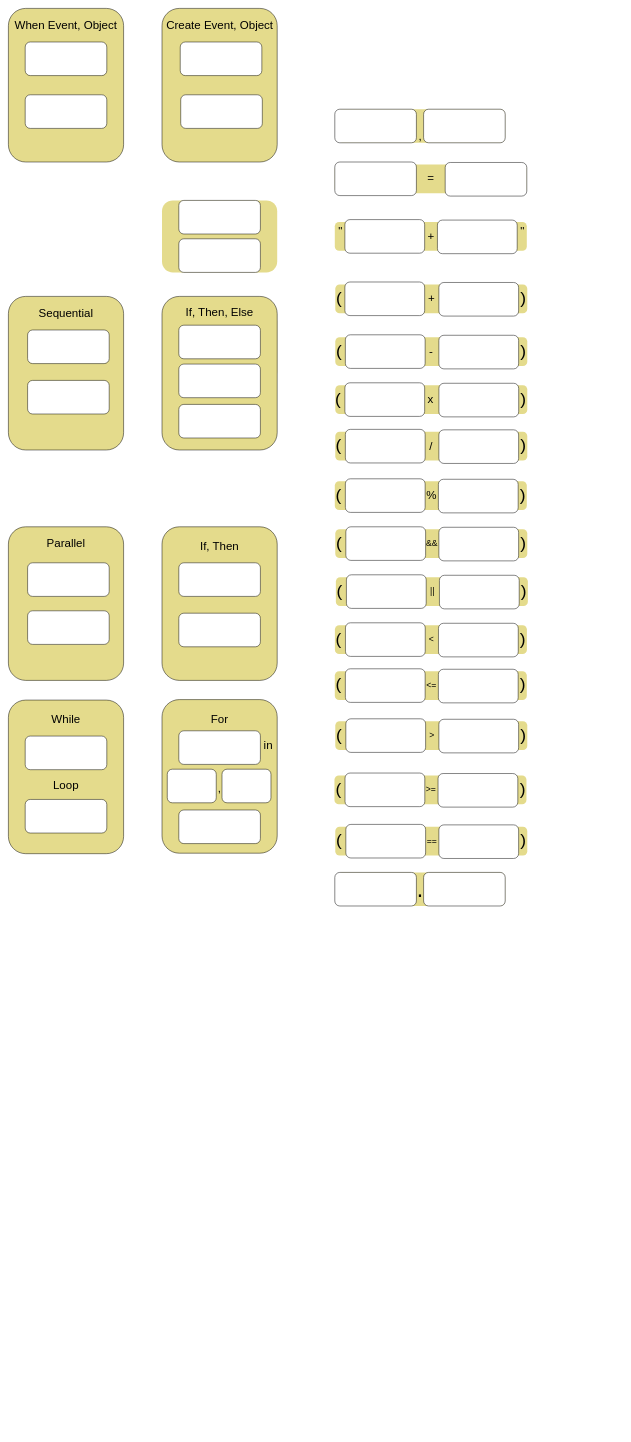
CrayonScript/crayonscript-intellij-plugin keeps this draw.io diagram as GraphBlocks.drawio. Above is the earlier version. Source tidied: cells renumbered, new cells numbered last; positions are measured from the earlier drawing's top-left corner, leaving out a move shared by most shapes. Both pictures are drawn from the tidied source at 48%, with x=0, y=0 at pixel (8, 8).
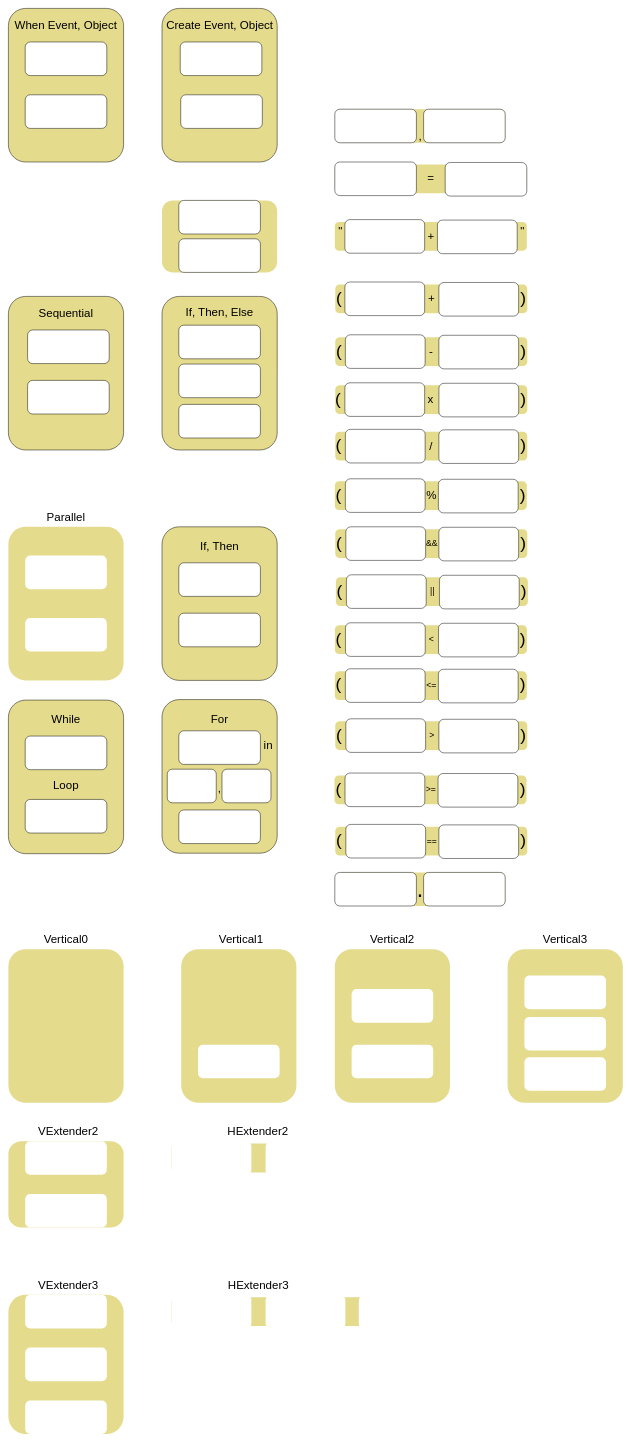
After the change.

The edit, as a diff of the source:
```diff
@@
-    <mxCell id="11" style="group;" parent="1" vertex="1">
-      <mxGeometry x="320" y="1080" width="240" height="320" as="geometry" />
-    </mxCell>
-    <mxCell id="12" style="rounded=1;whiteSpace=wrap;html=1;fillColor=#E4DB8C;fontSize=24;" parent="11" vertex="1">
-      <mxGeometry width="240" height="320" as="geometry" />
-    </mxCell>
-    <mxCell id="13" value="If, Then" style="text;html=1;strokeColor=none;fillColor=none;align=center;verticalAlign=middle;whiteSpace=wrap;rounded=0;fontSize=24;" parent="11" vertex="1">
-      <mxGeometry x="58" y="27" width="124" height="28.8" as="geometry" />
-    </mxCell>
-    <mxCell id="14" style="rounded=1;whiteSpace=wrap;html=1;fontSize=24;" parent="11" vertex="1">
-      <mxGeometry x="35" y="75" width="170" height="70" as="geometry" />
-    </mxCell>
-    <mxCell id="15" style="rounded=1;whiteSpace=wrap;html=1;fontSize=24;" parent="11" vertex="1">
-      <mxGeometry x="35" y="180" width="170" height="70" as="geometry" />
-    </mxCell>
-    <mxCell id="16" style="group;" parent="1" vertex="1">
-      <mxGeometry y="1080" width="240" height="320" as="geometry" />
-    </mxCell>
-    <mxCell id="17" style="rounded=1;whiteSpace=wrap;html=1;fillColor=#E4DB8C;fontSize=24;" parent="16" vertex="1">
-      <mxGeometry width="240" height="320" as="geometry" />
-    </mxCell>
-    <mxCell id="18" value="Parallel" style="text;html=1;strokeColor=none;fillColor=none;align=center;verticalAlign=middle;whiteSpace=wrap;rounded=0;fontSize=24;" parent="16" vertex="1">
-      <mxGeometry x="58" y="20" width="124" height="30" as="geometry" />
-    </mxCell>
-    <mxCell id="19" style="rounded=1;whiteSpace=wrap;html=1;fontSize=24;" parent="16" vertex="1">
-      <mxGeometry x="40" y="75" width="170" height="70" as="geometry" />
-    </mxCell>
-    <mxCell id="20" style="rounded=1;whiteSpace=wrap;html=1;fontSize=24;" parent="16" vertex="1">
-      <mxGeometry x="40" y="175" width="170" height="70" as="geometry" />
-    </mxCell>
@@
-    <mxCell id="151" style="group;" parent="1" vertex="1">
-      <mxGeometry y="600" width="240" height="320" as="geometry" />
-    </mxCell>
-    <mxCell id="152" style="rounded=1;whiteSpace=wrap;html=1;fillColor=#E4DB8C;fontSize=24;" parent="151" vertex="1">
-      <mxGeometry width="240" height="320" as="geometry" />
-    </mxCell>
-    <mxCell id="153" value="Sequential" style="text;html=1;strokeColor=none;fillColor=none;align=center;verticalAlign=middle;whiteSpace=wrap;rounded=0;fontSize=24;" parent="151" vertex="1">
-      <mxGeometry x="58" y="20" width="124" height="30" as="geometry" />
-    </mxCell>
-    <mxCell id="154" style="rounded=1;whiteSpace=wrap;html=1;fontSize=24;" parent="151" vertex="1">
-      <mxGeometry x="40" y="70" width="170" height="70" as="geometry" />
-    </mxCell>
-    <mxCell id="155" style="rounded=1;whiteSpace=wrap;html=1;fontSize=24;" parent="151" vertex="1">
-      <mxGeometry x="40" y="175" width="170" height="70" as="geometry" />
-    </mxCell>
@@
+    <mxCell id="18" value="Parallel" style="text;html=1;strokeColor=none;fillColor=none;align=center;verticalAlign=middle;whiteSpace=wrap;rounded=0;fontSize=24;" parent="1" vertex="1">
+      <mxGeometry x="60" y="1051" width="120" height="20" as="geometry" />
+    </mxCell>
+    <mxCell id="12" style="rounded=1;whiteSpace=wrap;html=1;fillColor=#E4DB8C;fontSize=24;" parent="1" vertex="1">
+      <mxGeometry x="320" y="1080" width="240" height="320" as="geometry" />
+    </mxCell>
+    <mxCell id="13" value="If, Then" style="text;html=1;strokeColor=none;fillColor=none;align=center;verticalAlign=middle;whiteSpace=wrap;rounded=0;fontSize=24;" parent="1" vertex="1">
+      <mxGeometry x="378" y="1107" width="124" height="28.8" as="geometry" />
+    </mxCell>
+    <mxCell id="14" style="rounded=1;whiteSpace=wrap;html=1;fontSize=24;" parent="1" vertex="1">
+      <mxGeometry x="355" y="1155" width="170" height="70" as="geometry" />
+    </mxCell>
+    <mxCell id="15" style="rounded=1;whiteSpace=wrap;html=1;fontSize=24;" parent="1" vertex="1">
+      <mxGeometry x="355" y="1260" width="170" height="70" as="geometry" />
+    </mxCell>
+    <mxCell id="16" style="group;" parent="1" vertex="1">
+      <mxGeometry y="1080" width="240" height="320" as="geometry" />
+    </mxCell>
+    <mxCell id="17" style="rounded=1;whiteSpace=wrap;html=1;fillColor=#E4DB8C;fontSize=24;strokeColor=none;" parent="16" vertex="1">
+      <mxGeometry width="240" height="320" as="geometry" />
+    </mxCell>
+    <mxCell id="19" style="rounded=1;whiteSpace=wrap;html=1;fontSize=24;strokeColor=none;" parent="16" vertex="1">
+      <mxGeometry x="35" y="60" width="170" height="70" as="geometry" />
+    </mxCell>
+    <mxCell id="20" style="rounded=1;whiteSpace=wrap;html=1;fontSize=24;strokeColor=none;" parent="16" vertex="1">
+      <mxGeometry x="35" y="190" width="170" height="70" as="geometry" />
+    </mxCell>
+    <mxCell id="162" value="Vertical2" style="text;html=1;strokeColor=none;fillColor=none;align=center;verticalAlign=middle;whiteSpace=wrap;rounded=0;fontSize=24;" parent="1" vertex="1">
+      <mxGeometry x="740" y="1930" width="120" height="20" as="geometry" />
+    </mxCell>
+    <mxCell id="152" style="rounded=1;whiteSpace=wrap;html=1;fillColor=#E4DB8C;fontSize=24;" parent="1" vertex="1">
+      <mxGeometry y="600" width="240" height="320" as="geometry" />
+    </mxCell>
+    <mxCell id="153" value="Sequential" style="text;html=1;strokeColor=none;fillColor=none;align=center;verticalAlign=middle;whiteSpace=wrap;rounded=0;fontSize=24;" parent="1" vertex="1">
+      <mxGeometry x="58" y="620" width="124" height="30" as="geometry" />
+    </mxCell>
+    <mxCell id="154" style="rounded=1;whiteSpace=wrap;html=1;fontSize=24;" parent="1" vertex="1">
+      <mxGeometry x="40" y="670" width="170" height="70" as="geometry" />
+    </mxCell>
+    <mxCell id="155" style="rounded=1;whiteSpace=wrap;html=1;fontSize=24;" parent="1" vertex="1">
+      <mxGeometry x="40" y="775" width="170" height="70" as="geometry" />
+    </mxCell>
+    <mxCell id="163" value="Vertical3" style="text;html=1;strokeColor=none;fillColor=none;align=center;verticalAlign=middle;whiteSpace=wrap;rounded=0;fontSize=24;" parent="1" vertex="1">
+      <mxGeometry x="1100" y="1930" width="120" height="20" as="geometry" />
+    </mxCell>
+    <mxCell id="164" style="group;" parent="1" vertex="1">
+      <mxGeometry x="680" y="1960" width="240" height="320" as="geometry" />
+    </mxCell>
+    <mxCell id="165" style="rounded=1;whiteSpace=wrap;html=1;fillColor=#E4DB8C;fontSize=24;strokeColor=none;" parent="164" vertex="1">
+      <mxGeometry width="240" height="320" as="geometry" />
+    </mxCell>
+    <mxCell id="166" style="rounded=1;whiteSpace=wrap;html=1;fontSize=24;strokeColor=none;" parent="164" vertex="1">
+      <mxGeometry x="35" y="83" width="170" height="70" as="geometry" />
+    </mxCell>
+    <mxCell id="167" style="rounded=1;whiteSpace=wrap;html=1;fontSize=24;strokeColor=none;" parent="164" vertex="1">
+      <mxGeometry x="35" y="199" width="170" height="70" as="geometry" />
+    </mxCell>
+    <mxCell id="168" style="group;" parent="1" vertex="1">
+      <mxGeometry x="1040" y="1960" width="240" height="320" as="geometry" />
+    </mxCell>
+    <mxCell id="169" style="rounded=1;whiteSpace=wrap;html=1;fillColor=#E4DB8C;fontSize=24;strokeColor=none;" parent="168" vertex="1">
+      <mxGeometry width="240" height="320" as="geometry" />
+    </mxCell>
+    <mxCell id="170" style="rounded=1;whiteSpace=wrap;html=1;fontSize=24;strokeColor=none;" parent="168" vertex="1">
+      <mxGeometry x="35" y="55" width="170" height="70" as="geometry" />
+    </mxCell>
+    <mxCell id="171" style="rounded=1;whiteSpace=wrap;html=1;fontSize=24;strokeColor=none;" parent="168" vertex="1">
+      <mxGeometry x="35" y="141" width="170" height="70" as="geometry" />
+    </mxCell>
+    <mxCell id="172" style="rounded=1;whiteSpace=wrap;html=1;fontSize=24;strokeColor=none;" parent="168" vertex="1">
+      <mxGeometry x="35" y="225" width="170" height="70" as="geometry" />
+    </mxCell>
+    <mxCell id="173" value="VExtender2" style="text;html=1;strokeColor=none;fillColor=none;align=center;verticalAlign=middle;whiteSpace=wrap;rounded=0;fontSize=24;" parent="1" vertex="1">
+      <mxGeometry x="65" y="2330" width="120" height="20" as="geometry" />
+    </mxCell>
+    <mxCell id="174" style="group;" parent="1" vertex="1">
+      <mxGeometry y="2360" width="240" height="180" as="geometry" />
+    </mxCell>
+    <mxCell id="175" style="rounded=1;whiteSpace=wrap;html=1;fillColor=#E4DB8C;fontSize=24;strokeColor=none;" parent="174" vertex="1">
+      <mxGeometry width="240" height="180" as="geometry" />
+    </mxCell>
+    <mxCell id="176" style="rounded=1;whiteSpace=wrap;html=1;fontSize=24;strokeColor=none;" parent="174" vertex="1">
+      <mxGeometry x="35" width="170" height="70" as="geometry" />
+    </mxCell>
+    <mxCell id="177" style="rounded=1;whiteSpace=wrap;html=1;fontSize=24;strokeColor=none;" parent="174" vertex="1">
+      <mxGeometry x="35" y="110" width="170" height="70" as="geometry" />
+    </mxCell>
+    <mxCell id="178" value="HExtender2" style="text;html=1;strokeColor=none;fillColor=none;align=center;verticalAlign=middle;whiteSpace=wrap;rounded=0;fontSize=24;" parent="1" vertex="1">
+      <mxGeometry x="460" y="2330" width="120" height="20" as="geometry" />
+    </mxCell>
+    <mxCell id="179" value="VExtender3" style="text;html=1;strokeColor=none;fillColor=none;align=center;verticalAlign=middle;whiteSpace=wrap;rounded=0;fontSize=24;" parent="1" vertex="1">
+      <mxGeometry x="65" y="2650" width="120" height="20" as="geometry" />
+    </mxCell>
+    <mxCell id="180" value="HExtender3" style="text;html=1;strokeColor=none;fillColor=none;align=center;verticalAlign=middle;whiteSpace=wrap;rounded=0;fontSize=24;" parent="1" vertex="1">
+      <mxGeometry x="461" y="2650" width="120" height="20" as="geometry" />
+    </mxCell>
+    <mxCell id="181" style="group;" parent="1" vertex="1">
+      <mxGeometry y="2680" width="240" height="290" as="geometry" />
+    </mxCell>
+    <mxCell id="182" style="rounded=1;whiteSpace=wrap;html=1;fillColor=#E4DB8C;fontSize=24;strokeColor=none;" parent="181" vertex="1">
+      <mxGeometry width="240" height="290" as="geometry" />
+    </mxCell>
+    <mxCell id="183" style="rounded=1;whiteSpace=wrap;html=1;fontSize=24;strokeColor=none;" parent="181" vertex="1">
+      <mxGeometry x="35" width="170" height="70" as="geometry" />
+    </mxCell>
+    <mxCell id="184" style="rounded=1;whiteSpace=wrap;html=1;fontSize=24;strokeColor=none;" parent="181" vertex="1">
+      <mxGeometry x="35" y="110" width="170" height="70" as="geometry" />
+    </mxCell>
+    <mxCell id="185" style="rounded=1;whiteSpace=wrap;html=1;fontSize=24;strokeColor=none;" parent="181" vertex="1">
+      <mxGeometry x="35" y="220" width="170" height="70" as="geometry" />
+    </mxCell>
+    <mxCell id="186" style="group;" parent="1" vertex="1">
+      <mxGeometry x="340" y="2680" width="556.2" height="71" as="geometry" />
+    </mxCell>
+    <mxCell id="187" style="rounded=1;whiteSpace=wrap;html=1;fillColor=#E4DB8C;fontSize=24;strokeColor=none;" parent="186" vertex="1">
+      <mxGeometry y="5" width="550" height="60" as="geometry" />
+    </mxCell>
+    <mxCell id="188" style="rounded=1;whiteSpace=wrap;html=1;fontSize=24;strokeColor=none;" parent="186" vertex="1">
+      <mxGeometry width="166.2" height="70" as="geometry" />
+    </mxCell>
+    <mxCell id="189" style="rounded=1;whiteSpace=wrap;html=1;fontSize=24;strokeColor=none;" parent="186" vertex="1">
+      <mxGeometry x="195.8" y="1" width="166.2" height="70" as="geometry" />
+    </mxCell>
+    <mxCell id="190" style="rounded=1;whiteSpace=wrap;html=1;fontSize=24;strokeColor=none;" parent="186" vertex="1">
+      <mxGeometry x="390" y="1" width="166.2" height="70" as="geometry" />
+    </mxCell>
+    <mxCell id="191" style="group;" parent="1" vertex="1">
+      <mxGeometry x="340" y="2360" width="362" height="71" as="geometry" />
+    </mxCell>
+    <mxCell id="192" style="rounded=1;whiteSpace=wrap;html=1;fillColor=#E4DB8C;fontSize=24;strokeColor=none;" parent="191" vertex="1">
+      <mxGeometry y="5" width="360" height="60" as="geometry" />
+    </mxCell>
+    <mxCell id="193" style="rounded=1;whiteSpace=wrap;html=1;fontSize=24;strokeColor=none;" parent="191" vertex="1">
+      <mxGeometry width="166.2" height="70" as="geometry" />
+    </mxCell>
+    <mxCell id="194" style="rounded=1;whiteSpace=wrap;html=1;fontSize=24;strokeColor=none;" parent="191" vertex="1">
+      <mxGeometry x="195.8" y="1" width="166.2" height="70" as="geometry" />
+    </mxCell>
+    <mxCell id="195" value="Vertical1" style="text;html=1;strokeColor=none;fillColor=none;align=center;verticalAlign=middle;whiteSpace=wrap;rounded=0;fontSize=24;" parent="1" vertex="1">
+      <mxGeometry x="425" y="1930" width="120" height="20" as="geometry" />
+    </mxCell>
+    <mxCell id="196" style="rounded=1;whiteSpace=wrap;html=1;fillColor=#E4DB8C;fontSize=24;strokeColor=none;" parent="1" vertex="1">
+      <mxGeometry y="1960" width="240" height="320" as="geometry" />
+    </mxCell>
+    <mxCell id="197" value="Vertical0" style="text;html=1;strokeColor=none;fillColor=none;align=center;verticalAlign=middle;whiteSpace=wrap;rounded=0;fontSize=24;" parent="1" vertex="1">
+      <mxGeometry x="60" y="1930" width="120" height="20" as="geometry" />
+    </mxCell>
+    <mxCell id="198" style="rounded=1;whiteSpace=wrap;html=1;fillColor=#E4DB8C;fontSize=24;strokeColor=none;" parent="1" vertex="1">
+      <mxGeometry x="360" y="1960" width="240" height="320" as="geometry" />
+    </mxCell>
+    <mxCell id="199" style="rounded=1;whiteSpace=wrap;html=1;fontSize=24;strokeColor=none;" parent="1" vertex="1">
+      <mxGeometry x="395" y="2159" width="170" height="70" as="geometry" />
+    </mxCell>
```
